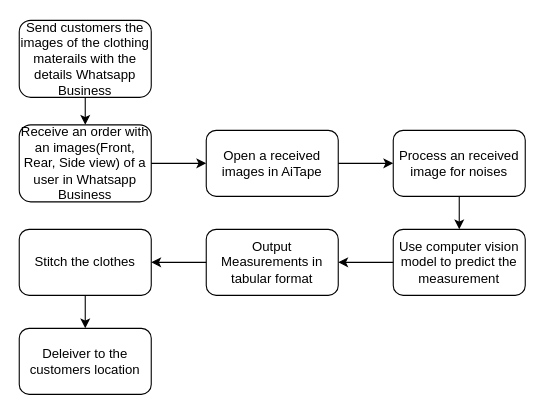
This is Measurement.drawio from santhoshrao95/helloworld, a draw.io file, before an edit. Source tidied: cells renumbered, new cells numbered last; positions are measured from the earlier drawing's top-left corner, leaving out a move shared by most shapes. Both pictures are drawn from the tidied source at 110%, with x=0, y=0 at pixel (19, 20).
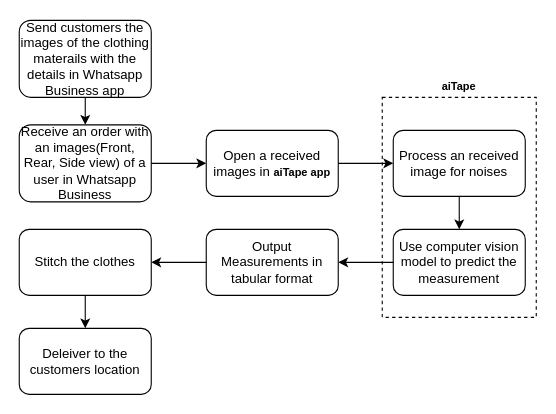
The same diagram, later.

The edit, as a diff of the source:
```diff
@@
 <mxGraphModel>
   <root>
     <mxCell id="0" />
     <mxCell id="1" parent="0" />
     <mxCell id="2" value="Receive an order with an images(Front, Rear, Side view) of a user in Whatsapp Business" style="rounded=1;whiteSpace=wrap;html=1;" parent="1" vertex="1">
       <mxGeometry y="95" width="120" height="70" as="geometry" />
     </mxCell>
-    <mxCell id="3" value="Open a received images in AiTape" style="rounded=1;whiteSpace=wrap;html=1;" parent="1" vertex="1">
+    <mxCell id="3" value="Open a received images in&amp;nbsp;&lt;span style=&quot;font-size: 10px ; background-color: transparent ; font-family: &amp;#34;shadows into light&amp;#34; , cursive ; font-weight: 700 ; vertical-align: baseline&quot;&gt;ai&lt;/span&gt;&lt;span style=&quot;font-size: 10px ; background-color: transparent ; font-family: &amp;#34;maven pro&amp;#34; , sans-serif ; font-weight: 700 ; vertical-align: baseline&quot;&gt;Tape app&lt;/span&gt;" style="rounded=1;whiteSpace=wrap;html=1;" parent="1" vertex="1">
       <mxGeometry x="170" y="100" width="120" height="60" as="geometry" />
     </mxCell>
     <mxCell id="4" value="Process an received image for noises" style="rounded=1;whiteSpace=wrap;html=1;" parent="1" vertex="1">
       <mxGeometry x="340" y="100" width="120" height="60" as="geometry" />
     </mxCell>
     <mxCell id="5" value="Use computer vision model to predict the measurement" style="rounded=1;whiteSpace=wrap;html=1;" parent="1" vertex="1">
       <mxGeometry x="340" y="190" width="120" height="60" as="geometry" />
     </mxCell>
     <mxCell id="6" value="Output Measurements in tabular format" style="rounded=1;whiteSpace=wrap;html=1;" parent="1" vertex="1">
       <mxGeometry x="170" y="190" width="120" height="60" as="geometry" />
     </mxCell>
     <mxCell id="7" value="Stitch the clothes" style="rounded=1;whiteSpace=wrap;html=1;" parent="1" vertex="1">
       <mxGeometry y="190" width="120" height="60" as="geometry" />
     </mxCell>
-    <mxCell id="8" value="Send customers the images of the clothing materails with the details Whatsapp Business" style="rounded=1;whiteSpace=wrap;html=1;" parent="1" vertex="1">
+    <mxCell id="8" value="Send customers the images of the clothing materails with the details in Whatsapp Business app" style="rounded=1;whiteSpace=wrap;html=1;" parent="1" vertex="1">
       <mxGeometry width="120" height="70" as="geometry" />
     </mxCell>
     <mxCell id="9" value="Deleiver to the customers location" style="rounded=1;whiteSpace=wrap;html=1;" parent="1" vertex="1">
       <mxGeometry y="280" width="120" height="60" as="geometry" />
     </mxCell>
     <mxCell id="10" style="endArrow=classic;html=1;exitX=0.5;exitY=1;exitDx=0;exitDy=0;" parent="1" edge="1" source="8" target="2">
       <mxGeometry relative="1" as="geometry" />
     </mxCell>
     <mxCell id="11" style="endArrow=classic;html=1;exitX=1;exitY=0.5;exitDx=0;exitDy=0;entryX=0;entryY=0.5;entryDx=0;entryDy=0;" parent="1" edge="1" source="2" target="3">
       <mxGeometry relative="1" as="geometry" />
     </mxCell>
     <mxCell id="12" style="endArrow=classic;html=1;exitX=1;exitY=0.5;exitDx=0;exitDy=0;entryX=0;entryY=0.5;entryDx=0;entryDy=0;" parent="1" edge="1" source="3" target="4">
       <mxGeometry relative="1" as="geometry" />
     </mxCell>
     <mxCell id="13" style="endArrow=classic;html=1;exitX=0.5;exitY=1;exitDx=0;exitDy=0;entryX=0.5;entryY=0;entryDx=0;entryDy=0;" parent="1" edge="1" source="4" target="5">
       <mxGeometry relative="1" as="geometry" />
     </mxCell>
     <mxCell id="14" style="endArrow=classic;html=1;exitX=0;exitY=0.5;exitDx=0;exitDy=0;entryX=1;entryY=0.5;entryDx=0;entryDy=0;" parent="1" edge="1" source="5" target="6">
       <mxGeometry relative="1" as="geometry" />
     </mxCell>
     <mxCell id="15" style="endArrow=classic;html=1;exitX=0;exitY=0.5;exitDx=0;exitDy=0;entryX=1;entryY=0.5;entryDx=0;entryDy=0;" parent="1" edge="1" source="6" target="7">
       <mxGeometry relative="1" as="geometry" />
     </mxCell>
     <mxCell id="16" style="endArrow=classic;html=1;exitX=0.5;exitY=1;exitDx=0;exitDy=0;entryX=0.5;entryY=0;entryDx=0;entryDy=0;" parent="1" edge="1" source="7" target="9">
       <mxGeometry relative="1" as="geometry" />
     </mxCell>
+    <mxCell id="17" style="rounded=0;whiteSpace=wrap;html=1;fillColor=none;dashed=1;" parent="1" vertex="1">
+      <mxGeometry x="330" y="70" width="140" height="200" as="geometry" />
+    </mxCell>
+    <mxCell id="18" value="&lt;span id=&quot;docs-internal-guid-b161ea7a-7fff-50ea-ac1f-32d184c75de3&quot; style=&quot;font-size: 10px&quot;&gt;&lt;span style=&quot;font-family: &amp;#34;shadows into light&amp;#34; , cursive ; background-color: transparent ; font-weight: 700 ; vertical-align: baseline&quot;&gt;ai&lt;/span&gt;&lt;span style=&quot;font-family: &amp;#34;maven pro&amp;#34; , sans-serif ; background-color: transparent ; font-weight: 700 ; vertical-align: baseline&quot;&gt;Tape&lt;/span&gt;&lt;/span&gt;" style="text;html=1;strokeColor=none;fillColor=none;align=center;verticalAlign=middle;whiteSpace=wrap;rounded=0;" parent="1" vertex="1">
+      <mxGeometry x="380" y="50" width="40" height="20" as="geometry" />
+    </mxCell>
   </root>
 </mxGraphModel>
```
